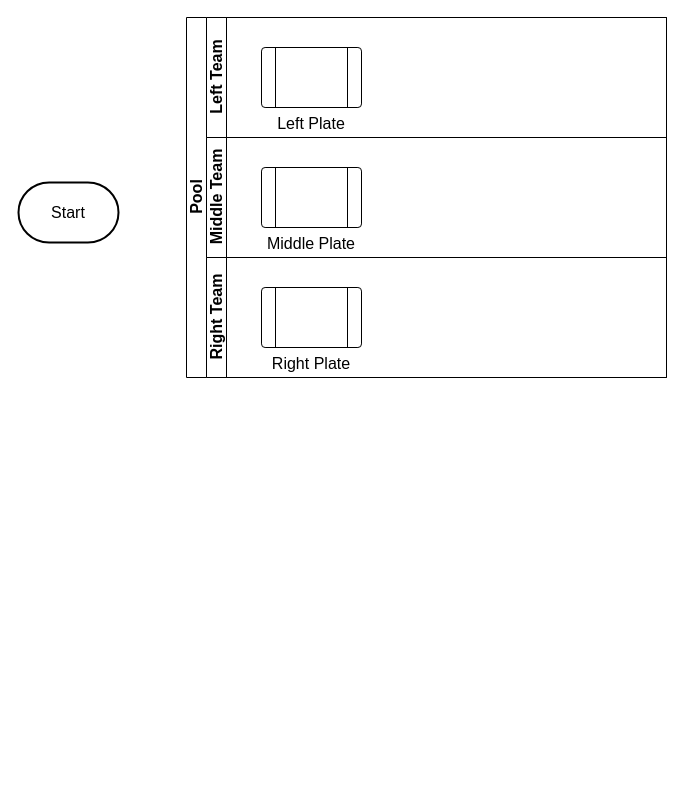
Earlier version of the draw.io diagram docs/Vault of Glass.drawio (Yogarine/grave.world). Source tidied: cells renumbered, new cells numbered last; positions are measured from the earlier drawing's top-left corner, leaving out a move shared by most shapes. Both pictures are drawn from the tidied source at 100%, with x=0, y=0 at pixel (18, 17).
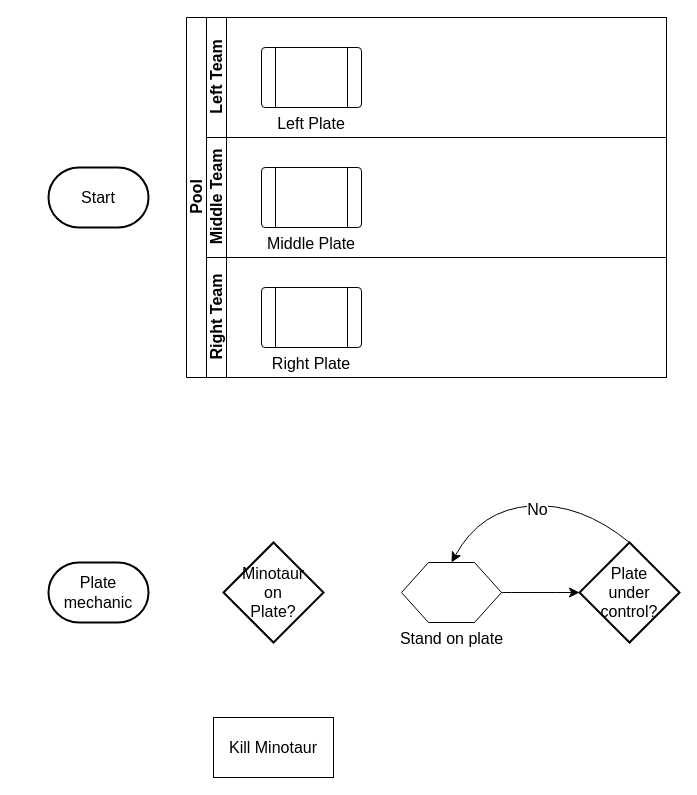
The same diagram, later.

What changed in the source:
```diff
@@
 <mxGraphModel>
   <root>
     <mxCell id="0" />
     <mxCell id="1" parent="0" />
     <mxCell id="2" value="Start" style="strokeWidth=2;html=1;shape=mxgraph.flowchart.terminator;whiteSpace=wrap;fontSize=16;" parent="1" vertex="1">
-      <mxGeometry y="165" width="100" height="60" as="geometry" />
+      <mxGeometry x="30" y="150" width="100" height="60" as="geometry" />
     </mxCell>
     <mxCell id="3" value="Pool" style="swimlane;horizontal=0;startSize=20;html=1;fontSize=16;" parent="1" vertex="1">
       <mxGeometry x="168" width="480" height="360" as="geometry" />
     </mxCell>
     <mxCell id="4" value="Left Team" style="swimlane;startSize=20;horizontal=0;html=1;fontSize=16;" parent="3" vertex="1">
       <mxGeometry x="20" width="460" height="120" as="geometry" />
     </mxCell>
     <mxCell id="5" value="Left Plate" style="verticalLabelPosition=bottom;verticalAlign=top;html=1;shape=process;whiteSpace=wrap;rounded=1;size=0.14;arcSize=6;fontSize=16;" parent="4" vertex="1">
       <mxGeometry x="55" y="30" width="100" height="60" as="geometry" />
     </mxCell>
     <mxCell id="6" value="Middle Team" style="swimlane;startSize=20;horizontal=0;html=1;fontSize=16;" parent="3" vertex="1">
       <mxGeometry x="20" y="120" width="460" height="120" as="geometry" />
     </mxCell>
     <mxCell id="7" value="Middle Plate" style="verticalLabelPosition=bottom;verticalAlign=top;html=1;shape=process;whiteSpace=wrap;rounded=1;size=0.14;arcSize=6;fontSize=16;" parent="6" vertex="1">
       <mxGeometry x="55" y="30" width="100" height="60" as="geometry" />
     </mxCell>
     <mxCell id="8" value="Right Team" style="swimlane;startSize=20;horizontal=0;html=1;fontSize=16;" parent="3" vertex="1">
       <mxGeometry x="20" y="240" width="460" height="120" as="geometry" />
     </mxCell>
     <mxCell id="9" value="Right Plate" style="verticalLabelPosition=bottom;verticalAlign=top;html=1;shape=process;whiteSpace=wrap;rounded=1;size=0.14;arcSize=6;fontSize=16;" parent="8" vertex="1">
       <mxGeometry x="55" y="30" width="100" height="60" as="geometry" />
     </mxCell>
+    <mxCell id="10" value="Plate mechanic" style="strokeWidth=2;html=1;shape=mxgraph.flowchart.terminator;whiteSpace=wrap;fontSize=16;" parent="1" vertex="1">
+      <mxGeometry x="30" y="545" width="100" height="60" as="geometry" />
+    </mxCell>
+    <mxCell id="11" value="Stand on plate" style="verticalLabelPosition=bottom;verticalAlign=top;html=1;shape=hexagon;perimeter=hexagonPerimeter2;arcSize=6;size=0.27;fontSize=16;" parent="1" vertex="1">
+      <mxGeometry x="383" y="545" width="100" height="60" as="geometry" />
+    </mxCell>
+    <mxCell id="12" value="Minotaur&lt;br&gt;on&lt;br&gt;Plate?" style="strokeWidth=2;html=1;shape=mxgraph.flowchart.decision;whiteSpace=wrap;fontSize=16;" parent="1" vertex="1">
+      <mxGeometry x="205" y="525" width="100" height="100" as="geometry" />
+    </mxCell>
+    <mxCell id="13" value="Kill Minotaur" style="rounded=0;whiteSpace=wrap;html=1;fontSize=16;" parent="1" vertex="1">
+      <mxGeometry x="195" y="700" width="120" height="60" as="geometry" />
+    </mxCell>
+    <mxCell id="14" value="Plate&lt;br&gt;under&lt;br&gt;control?" style="strokeWidth=2;html=1;shape=mxgraph.flowchart.decision;whiteSpace=wrap;fontSize=16;direction=west;" parent="1" vertex="1">
+      <mxGeometry x="561" y="525" width="100" height="100" as="geometry" />
+    </mxCell>
+    <mxCell id="15" style="endArrow=classic;html=1;rounded=0;fontSize=12;startSize=8;endSize=8;curved=1;exitX=1;exitY=0.5;exitDx=0;exitDy=0;entryX=1;entryY=0.5;entryDx=0;entryDy=0;entryPerimeter=0;" parent="1" edge="1" source="11" target="14">
+      <mxGeometry relative="1" as="geometry" />
+    </mxCell>
+    <mxCell id="16" style="endArrow=classic;html=1;rounded=0;fontSize=12;startSize=8;endSize=8;curved=1;exitX=0.5;exitY=1;exitDx=0;exitDy=0;exitPerimeter=0;entryX=0.5;entryY=0;entryDx=0;entryDy=0;" parent="1" edge="1" source="14" target="11">
+      <mxGeometry relative="1" as="geometry">
+        <Array as="points">
+          <mxPoint x="562" y="485" />
+          <mxPoint x="462" y="492" />
+        </Array>
+      </mxGeometry>
+    </mxCell>
+    <mxCell id="17" value="No" style="edgeLabel;html=1;align=center;verticalAlign=middle;fontSize=16;" parent="16" vertex="1">
+      <mxGeometry x="-0.04" y="3" relative="1" as="geometry" />
+    </mxCell>
   </root>
 </mxGraphModel>
```
